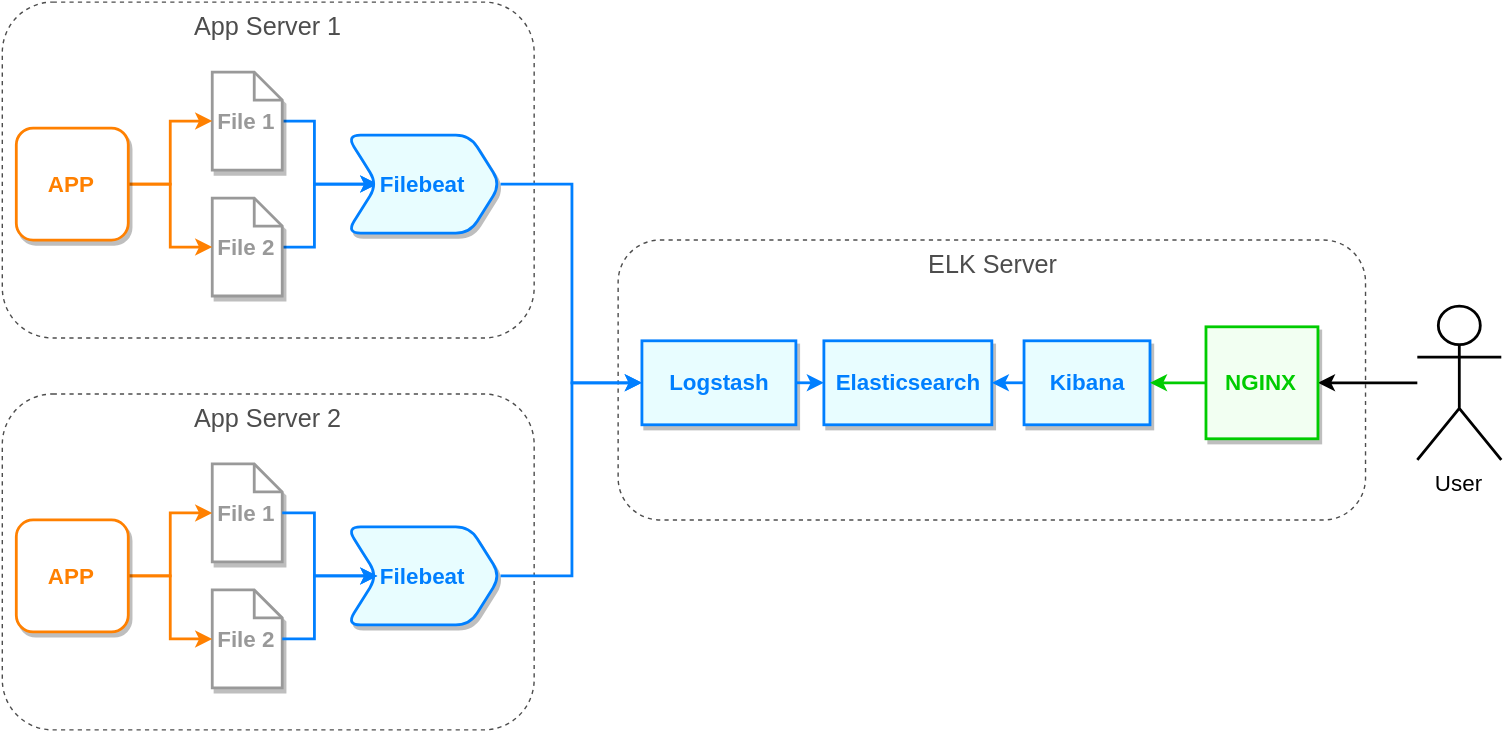
The draw.io diagram Elastic/elk_stack.svg in valentinsiryk/wdocs, before a commit. Source tidied: cells renumbered, new cells last; positions are measured from the earlier drawing's top-left corner, leaving out a move shared by most shapes. Source of this version:
```xml
<mxGraphModel>
  <root>
    <mxCell id="0" />
    <mxCell id="1" parent="0" />
    <mxCell id="2" value="&lt;div style=&quot;text-align: center&quot;&gt;&lt;font style=&quot;font-size: 18px&quot;&gt;App Server 2&lt;/font&gt;&lt;/div&gt;" style="whiteSpace=wrap;html=1;rounded=1;shadow=0;glass=0;comic=0;strokeColor=#4D4D4D;strokeWidth=1;fillColor=#ffffff;gradientColor=none;dashed=1;verticalAlign=top;fontColor=#4D4D4D;" parent="1" vertex="1">
      <mxGeometry y="280" width="380" height="240" as="geometry" />
    </mxCell>
    <mxCell id="3" value="File 1" style="shape=note;strokeWidth=2;fontSize=16;size=20;whiteSpace=wrap;html=1;rounded=1;shadow=1;glass=0;comic=0;fillColor=#FFFFFF;gradientColor=none;fontStyle=1;strokeColor=#999999;fontColor=#999999;" parent="1" vertex="1">
      <mxGeometry x="150" y="330" width="50" height="70" as="geometry" />
    </mxCell>
    <mxCell id="4" value="File 2" style="shape=note;strokeWidth=2;fontSize=16;size=20;whiteSpace=wrap;html=1;rounded=1;shadow=1;glass=0;comic=0;fillColor=#FFFFFF;gradientColor=none;fontStyle=1;strokeColor=#999999;fontColor=#999999;" parent="1" vertex="1">
      <mxGeometry x="150" y="420" width="50" height="70" as="geometry" />
    </mxCell>
    <mxCell id="5" style="edgeStyle=orthogonalEdgeStyle;html=1;entryX=0;entryY=0.5;jettySize=auto;strokeColor=#FF8000;strokeWidth=2;fontSize=14;fontColor=#4D4D4D;rounded=0;" parent="1" edge="1" source="7" target="3">
      <mxGeometry x="-2196" y="505" as="geometry" />
    </mxCell>
    <mxCell id="6" style="edgeStyle=orthogonalEdgeStyle;rounded=0;html=1;exitX=1;exitY=0.5;entryX=0;entryY=0.5;jettySize=auto;strokeColor=#FF8000;strokeWidth=2;fontSize=14;fontColor=#4D4D4D;" parent="1" edge="1" source="7" target="4">
      <mxGeometry x="-2196" y="550" as="geometry" />
    </mxCell>
    <mxCell id="7" value="APP" style="rounded=1;whiteSpace=wrap;html=1;shadow=1;glass=0;comic=0;strokeColor=#FF8000;strokeWidth=2;fillColor=#ffffff;gradientColor=none;fontSize=16;fontColor=#FF8000;fontStyle=1;" parent="1" vertex="1">
      <mxGeometry x="10" y="370" width="80" height="80" as="geometry" />
    </mxCell>
    <mxCell id="8" value="Filebeat" style="shape=step;whiteSpace=wrap;html=1;rounded=1;shadow=1;glass=0;comic=0;strokeColor=#007FFF;strokeWidth=2;fillColor=#E8FDFF;gradientColor=none;fontSize=16;fontColor=#007FFF;fontStyle=1;" parent="1" vertex="1">
      <mxGeometry x="246" y="375" width="110" height="70" as="geometry" />
    </mxCell>
    <mxCell id="9" style="edgeStyle=orthogonalEdgeStyle;rounded=0;html=1;exitX=1;exitY=0.5;entryX=0.2;entryY=0.5;entryPerimeter=0;jettySize=auto;strokeColor=#007FFF;strokeWidth=2;fontSize=14;fontColor=#4D4D4D;" parent="1" edge="1" source="4" target="8">
      <mxGeometry relative="1" as="geometry" />
    </mxCell>
    <mxCell id="10" style="edgeStyle=orthogonalEdgeStyle;rounded=0;html=1;exitX=1;exitY=0.5;entryX=0.2;entryY=0.5;entryPerimeter=0;jettySize=auto;strokeColor=#007FFF;strokeWidth=2;fontSize=14;fontColor=#4D4D4D;" parent="1" edge="1" source="3" target="8">
      <mxGeometry relative="1" as="geometry" />
    </mxCell>
    <mxCell id="11" value="&lt;div style=&quot;text-align: center&quot;&gt;&lt;font style=&quot;font-size: 18px&quot;&gt;App Server 1&lt;/font&gt;&lt;/div&gt;" style="whiteSpace=wrap;html=1;rounded=1;shadow=0;glass=0;comic=0;strokeColor=#4D4D4D;strokeWidth=1;fillColor=#ffffff;gradientColor=none;dashed=1;verticalAlign=top;fontColor=#4D4D4D;" parent="1" vertex="1">
      <mxGeometry width="380" height="240" as="geometry" />
    </mxCell>
    <mxCell id="12" style="edgeStyle=orthogonalEdgeStyle;rounded=0;html=1;exitX=1;exitY=0.5;entryX=0.2;entryY=0.5;entryPerimeter=0;jettySize=auto;strokeColor=#007FFF;strokeWidth=2;fontSize=14;fontColor=#4D4D4D;" parent="1" edge="1" source="13" target="19">
      <mxGeometry x="-2076" y="225" as="geometry" />
    </mxCell>
    <mxCell id="13" value="File 1" style="shape=note;strokeWidth=2;fontSize=16;size=20;whiteSpace=wrap;html=1;rounded=1;shadow=1;glass=0;comic=0;fillColor=#FFFFFF;gradientColor=none;fontStyle=1;strokeColor=#999999;fontColor=#999999;" parent="1" vertex="1">
      <mxGeometry x="150" y="50" width="50" height="70" as="geometry" />
    </mxCell>
    <mxCell id="14" style="edgeStyle=orthogonalEdgeStyle;rounded=0;html=1;exitX=1;exitY=0.5;entryX=0.2;entryY=0.5;entryPerimeter=0;jettySize=auto;strokeColor=#007FFF;strokeWidth=2;fontSize=14;fontColor=#4D4D4D;" parent="1" edge="1" source="15" target="19">
      <mxGeometry x="-2076" y="270" as="geometry" />
    </mxCell>
    <mxCell id="15" value="File 2" style="shape=note;strokeWidth=2;fontSize=16;size=20;whiteSpace=wrap;html=1;rounded=1;shadow=1;glass=0;comic=0;fillColor=#FFFFFF;gradientColor=none;fontStyle=1;strokeColor=#999999;fontColor=#999999;" parent="1" vertex="1">
      <mxGeometry x="150" y="140" width="50" height="70" as="geometry" />
    </mxCell>
    <mxCell id="16" style="edgeStyle=orthogonalEdgeStyle;html=1;entryX=0;entryY=0.5;jettySize=auto;strokeColor=#FF8000;strokeWidth=2;fontSize=14;fontColor=#4D4D4D;rounded=0;" parent="1" edge="1" source="18" target="13">
      <mxGeometry x="-2196" y="225" as="geometry" />
    </mxCell>
    <mxCell id="17" style="edgeStyle=orthogonalEdgeStyle;rounded=0;html=1;exitX=1;exitY=0.5;entryX=0;entryY=0.5;jettySize=auto;strokeColor=#FF8000;strokeWidth=2;fontSize=14;fontColor=#4D4D4D;" parent="1" edge="1" source="18" target="15">
      <mxGeometry x="-2196" y="270" as="geometry" />
    </mxCell>
    <mxCell id="18" value="APP" style="rounded=1;whiteSpace=wrap;html=1;shadow=1;glass=0;comic=0;strokeColor=#FF8000;strokeWidth=2;fillColor=#ffffff;gradientColor=none;fontSize=16;fontColor=#FF8000;fontStyle=1;" parent="1" vertex="1">
      <mxGeometry x="10" y="90" width="80" height="80" as="geometry" />
    </mxCell>
    <mxCell id="19" value="Filebeat" style="shape=step;whiteSpace=wrap;html=1;rounded=1;shadow=1;glass=0;comic=0;strokeColor=#007FFF;strokeWidth=2;fillColor=#E8FDFF;fontSize=16;fontColor=#007FFF;fontStyle=1;" parent="1" vertex="1">
      <mxGeometry x="246" y="95" width="110" height="70" as="geometry" />
    </mxCell>
    <mxCell id="20" value="&lt;font style=&quot;font-size: 18px&quot; color=&quot;#4d4d4d&quot;&gt;ELK Server&lt;/font&gt;" style="whiteSpace=wrap;html=1;rounded=1;shadow=0;glass=0;comic=0;strokeColor=#4D4D4D;strokeWidth=1;fillColor=#ffffff;gradientColor=none;fontSize=14;fontColor=#000000;dashed=1;verticalAlign=top;" parent="1" vertex="1">
      <mxGeometry x="440" y="170" width="534" height="200" as="geometry" />
    </mxCell>
    <mxCell id="21" value="Logstash" style="whiteSpace=wrap;html=1;rounded=0;shadow=1;glass=0;comic=0;strokeColor=#007FFF;strokeWidth=2;fillColor=#E8FDFF;fontSize=16;fontStyle=1;fontColor=#007FFF;" parent="1" vertex="1">
      <mxGeometry x="457" y="242" width="110" height="60" as="geometry" />
    </mxCell>
    <mxCell id="22" value="Elasticsearch" style="whiteSpace=wrap;html=1;rounded=0;shadow=1;glass=0;comic=0;strokeColor=#007FFF;strokeWidth=2;fillColor=#E8FDFF;fontSize=16;fontStyle=1;fontColor=#007FFF;" parent="1" vertex="1">
      <mxGeometry x="587" y="242" width="120" height="60" as="geometry" />
    </mxCell>
    <mxCell id="23" value="Kibana" style="whiteSpace=wrap;html=1;rounded=0;shadow=1;glass=0;comic=0;strokeColor=#007FFF;strokeWidth=2;fillColor=#E8FDFF;fontSize=16;fontStyle=1;fontColor=#007FFF;" parent="1" vertex="1">
      <mxGeometry x="730" y="242" width="90" height="60" as="geometry" />
    </mxCell>
    <mxCell id="24" style="edgeStyle=orthogonalEdgeStyle;rounded=0;html=1;exitX=1;exitY=0.5;entryX=0;entryY=0.5;jettySize=auto;strokeColor=#007FFF;strokeWidth=2;fontSize=14;fontColor=#000000;" parent="1" edge="1" source="21" target="22">
      <mxGeometry relative="1" as="geometry" />
    </mxCell>
    <mxCell id="25" style="edgeStyle=orthogonalEdgeStyle;rounded=0;html=1;exitX=0;exitY=0.5;entryX=1;entryY=0.5;jettySize=auto;strokeColor=#007FFF;strokeWidth=2;fontSize=14;fontColor=#000000;" parent="1" edge="1" source="23" target="22">
      <mxGeometry relative="1" as="geometry" />
    </mxCell>
    <mxCell id="26" style="edgeStyle=orthogonalEdgeStyle;rounded=0;html=1;entryX=1;entryY=0.5;shadow=0;jettySize=auto;strokeColor=#000000;strokeWidth=2;fontSize=16;fontColor=#FF8000;" parent="1" edge="1" source="27" target="31">
      <mxGeometry relative="1" as="geometry" />
    </mxCell>
    <mxCell id="27" value="User" style="shape=umlActor;verticalLabelPosition=bottom;labelBackgroundColor=#ffffff;verticalAlign=top;html=1;rounded=0;shadow=0;glass=0;comic=0;strokeColor=#000000;strokeWidth=2;fillColor=none;fontSize=16;" parent="1" vertex="1">
      <mxGeometry x="1011" y="217" width="60" height="110" as="geometry" />
    </mxCell>
    <mxCell id="28" style="edgeStyle=orthogonalEdgeStyle;rounded=0;html=1;exitX=1;exitY=0.5;exitPerimeter=0;entryX=0;entryY=0.5;shadow=0;jettySize=auto;strokeColor=#007FFF;strokeWidth=2;fontSize=16;fontColor=#FF8000;" parent="1" edge="1" source="8" target="21">
      <mxGeometry relative="1" as="geometry" />
    </mxCell>
    <mxCell id="29" style="edgeStyle=orthogonalEdgeStyle;rounded=0;html=1;exitX=1;exitY=0.5;exitPerimeter=0;entryX=0;entryY=0.5;shadow=0;jettySize=auto;strokeColor=#007FFF;strokeWidth=2;fontSize=16;fontColor=#FF8000;" parent="1" edge="1" source="19" target="21">
      <mxGeometry relative="1" as="geometry" />
    </mxCell>
    <mxCell id="30" style="edgeStyle=orthogonalEdgeStyle;rounded=0;html=1;exitX=0;exitY=0.5;entryX=1;entryY=0.5;shadow=0;jettySize=auto;strokeColor=#00CC00;strokeWidth=2;fontSize=16;fontColor=#FF8000;" parent="1" edge="1" source="31" target="23">
      <mxGeometry relative="1" as="geometry" />
    </mxCell>
    <mxCell id="31" value="&lt;font color=&quot;#00cc00&quot;&gt;&lt;b&gt;NGINX&lt;/b&gt;&lt;/font&gt;" style="whiteSpace=wrap;html=1;rounded=0;shadow=1;glass=0;comic=0;strokeColor=#00CC00;strokeWidth=2;fillColor=#F2FFF2;fontSize=16;fontColor=#FF8000;" parent="1" vertex="1">
      <mxGeometry x="860" y="232" width="80" height="80" as="geometry" />
    </mxCell>
  </root>
</mxGraphModel>
```
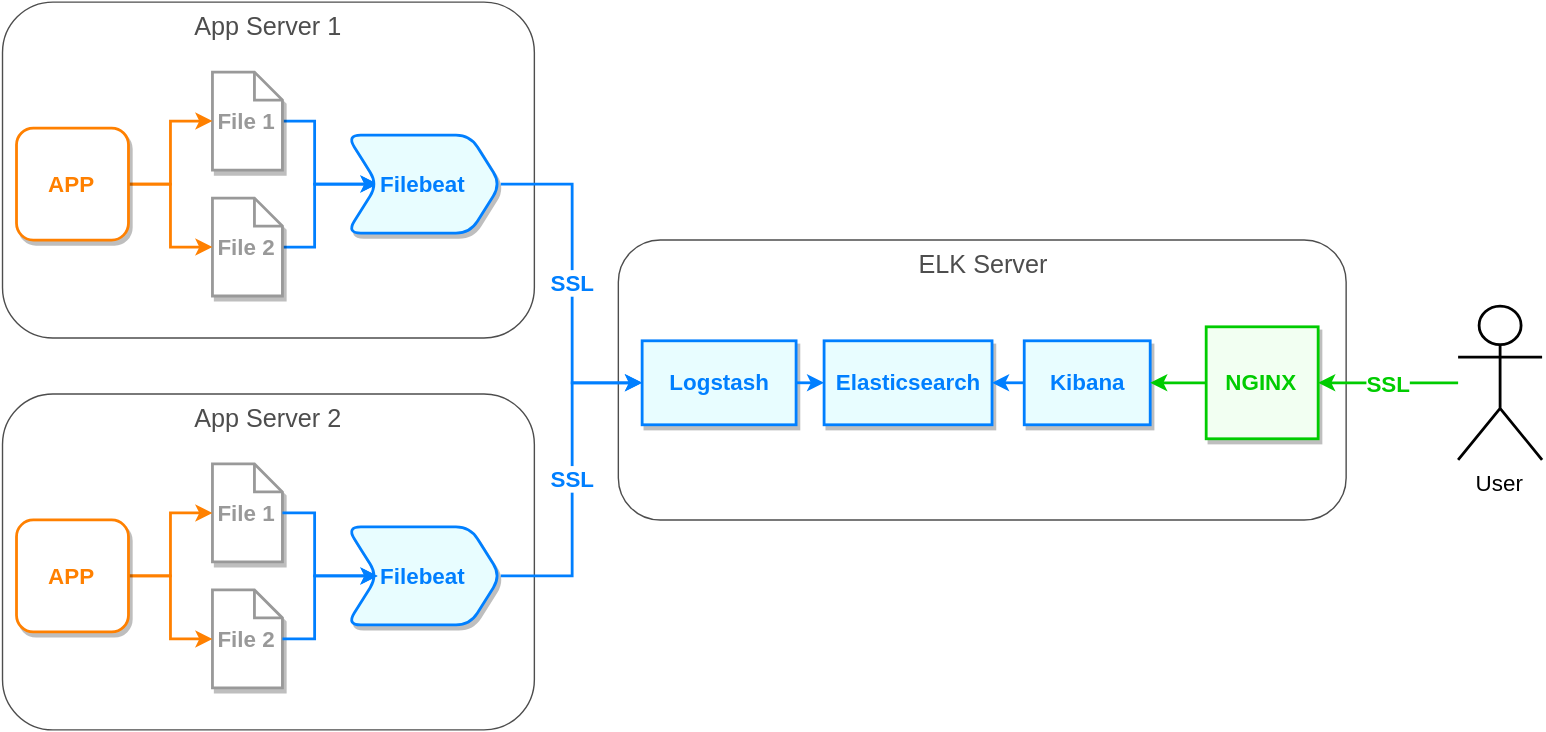
After the commit.

What changed in the source:
```diff
@@ -2,7 +2,7 @@
   <root>
     <mxCell id="0" />
     <mxCell id="1" parent="0" />
-    <mxCell id="2" value="&lt;div style=&quot;text-align: center&quot;&gt;&lt;font style=&quot;font-size: 18px&quot;&gt;App Server 2&lt;/font&gt;&lt;/div&gt;" style="whiteSpace=wrap;html=1;rounded=1;shadow=0;glass=0;comic=0;strokeColor=#4D4D4D;strokeWidth=1;fillColor=#ffffff;gradientColor=none;dashed=1;verticalAlign=top;fontColor=#4D4D4D;" parent="1" vertex="1">
+    <mxCell id="2" value="&lt;div style=&quot;text-align: center&quot;&gt;&lt;font style=&quot;font-size: 18px&quot;&gt;App Server 2&lt;/font&gt;&lt;/div&gt;" style="whiteSpace=wrap;html=1;rounded=1;shadow=0;glass=0;comic=0;strokeColor=#4D4D4D;strokeWidth=1;fillColor=#ffffff;gradientColor=none;verticalAlign=top;fontColor=#4D4D4D;" parent="1" vertex="1">
       <mxGeometry y="280" width="380" height="240" as="geometry" />
     </mxCell>
     <mxCell id="3" value="File 1" style="shape=note;strokeWidth=2;fontSize=16;size=20;whiteSpace=wrap;html=1;rounded=1;shadow=1;glass=0;comic=0;fillColor=#FFFFFF;gradientColor=none;fontStyle=1;strokeColor=#999999;fontColor=#999999;" parent="1" vertex="1">
@@ -29,7 +29,7 @@
     <mxCell id="10" style="edgeStyle=orthogonalEdgeStyle;rounded=0;html=1;exitX=1;exitY=0.5;entryX=0.2;entryY=0.5;entryPerimeter=0;jettySize=auto;strokeColor=#007FFF;strokeWidth=2;fontSize=14;fontColor=#4D4D4D;" parent="1" edge="1" source="3" target="8">
       <mxGeometry relative="1" as="geometry" />
     </mxCell>
-    <mxCell id="11" value="&lt;div style=&quot;text-align: center&quot;&gt;&lt;font style=&quot;font-size: 18px&quot;&gt;App Server 1&lt;/font&gt;&lt;/div&gt;" style="whiteSpace=wrap;html=1;rounded=1;shadow=0;glass=0;comic=0;strokeColor=#4D4D4D;strokeWidth=1;fillColor=#ffffff;gradientColor=none;dashed=1;verticalAlign=top;fontColor=#4D4D4D;" parent="1" vertex="1">
+    <mxCell id="11" value="&lt;div style=&quot;text-align: center&quot;&gt;&lt;font style=&quot;font-size: 18px&quot;&gt;App Server 1&lt;/font&gt;&lt;/div&gt;" style="whiteSpace=wrap;html=1;rounded=1;shadow=0;glass=0;comic=0;strokeColor=#4D4D4D;strokeWidth=1;fillColor=#ffffff;gradientColor=none;verticalAlign=top;fontColor=#4D4D4D;" parent="1" vertex="1">
       <mxGeometry width="380" height="240" as="geometry" />
     </mxCell>
     <mxCell id="12" style="edgeStyle=orthogonalEdgeStyle;rounded=0;html=1;exitX=1;exitY=0.5;entryX=0.2;entryY=0.5;entryPerimeter=0;jettySize=auto;strokeColor=#007FFF;strokeWidth=2;fontSize=14;fontColor=#4D4D4D;" parent="1" edge="1" source="13" target="19">
@@ -56,8 +56,8 @@
     <mxCell id="19" value="Filebeat" style="shape=step;whiteSpace=wrap;html=1;rounded=1;shadow=1;glass=0;comic=0;strokeColor=#007FFF;strokeWidth=2;fillColor=#E8FDFF;fontSize=16;fontColor=#007FFF;fontStyle=1;" parent="1" vertex="1">
       <mxGeometry x="246" y="95" width="110" height="70" as="geometry" />
     </mxCell>
-    <mxCell id="20" value="&lt;font style=&quot;font-size: 18px&quot; color=&quot;#4d4d4d&quot;&gt;ELK Server&lt;/font&gt;" style="whiteSpace=wrap;html=1;rounded=1;shadow=0;glass=0;comic=0;strokeColor=#4D4D4D;strokeWidth=1;fillColor=#ffffff;gradientColor=none;fontSize=14;fontColor=#000000;dashed=1;verticalAlign=top;" parent="1" vertex="1">
-      <mxGeometry x="440" y="170" width="534" height="200" as="geometry" />
+    <mxCell id="20" value="&lt;font style=&quot;font-size: 18px&quot; color=&quot;#4d4d4d&quot;&gt;ELK Server&lt;/font&gt;" style="whiteSpace=wrap;html=1;rounded=1;shadow=0;glass=0;comic=0;strokeColor=#4D4D4D;strokeWidth=1;fillColor=#ffffff;gradientColor=none;fontSize=14;fontColor=#000000;verticalAlign=top;" parent="1" vertex="1">
+      <mxGeometry x="440" y="170" width="520" height="200" as="geometry" />
     </mxCell>
     <mxCell id="21" value="Logstash" style="whiteSpace=wrap;html=1;rounded=0;shadow=1;glass=0;comic=0;strokeColor=#007FFF;strokeWidth=2;fillColor=#E8FDFF;fontSize=16;fontStyle=1;fontColor=#007FFF;" parent="1" vertex="1">
       <mxGeometry x="457" y="242" width="110" height="60" as="geometry" />
@@ -74,23 +74,23 @@
     <mxCell id="25" style="edgeStyle=orthogonalEdgeStyle;rounded=0;html=1;exitX=0;exitY=0.5;entryX=1;entryY=0.5;jettySize=auto;strokeColor=#007FFF;strokeWidth=2;fontSize=14;fontColor=#000000;" parent="1" edge="1" source="23" target="22">
       <mxGeometry relative="1" as="geometry" />
     </mxCell>
-    <mxCell id="26" style="edgeStyle=orthogonalEdgeStyle;rounded=0;html=1;entryX=1;entryY=0.5;shadow=0;jettySize=auto;strokeColor=#000000;strokeWidth=2;fontSize=16;fontColor=#FF8000;" parent="1" edge="1" source="27" target="31">
-      <mxGeometry relative="1" as="geometry" />
-    </mxCell>
     <mxCell id="27" value="User" style="shape=umlActor;verticalLabelPosition=bottom;labelBackgroundColor=#ffffff;verticalAlign=top;html=1;rounded=0;shadow=0;glass=0;comic=0;strokeColor=#000000;strokeWidth=2;fillColor=none;fontSize=16;" parent="1" vertex="1">
-      <mxGeometry x="1011" y="217" width="60" height="110" as="geometry" />
+      <mxGeometry x="1040" y="217" width="60" height="110" as="geometry" />
     </mxCell>
-    <mxCell id="28" style="edgeStyle=orthogonalEdgeStyle;rounded=0;html=1;exitX=1;exitY=0.5;exitPerimeter=0;entryX=0;entryY=0.5;shadow=0;jettySize=auto;strokeColor=#007FFF;strokeWidth=2;fontSize=16;fontColor=#FF8000;" parent="1" edge="1" source="8" target="21">
-      <mxGeometry relative="1" as="geometry" />
+    <mxCell id="28" value="SSL" style="edgeStyle=orthogonalEdgeStyle;rounded=0;html=1;exitX=1;exitY=0.5;exitPerimeter=0;entryX=0;entryY=0.5;shadow=0;jettySize=auto;strokeColor=#007FFF;strokeWidth=2;fontSize=16;fontColor=#007FFF;fontStyle=1;" parent="1" edge="1" source="8" target="21">
+      <mxGeometry x="0.01" relative="1" as="geometry" />
     </mxCell>
-    <mxCell id="29" style="edgeStyle=orthogonalEdgeStyle;rounded=0;html=1;exitX=1;exitY=0.5;exitPerimeter=0;entryX=0;entryY=0.5;shadow=0;jettySize=auto;strokeColor=#007FFF;strokeWidth=2;fontSize=16;fontColor=#FF8000;" parent="1" edge="1" source="19" target="21">
+    <mxCell id="29" value="SSL" style="edgeStyle=orthogonalEdgeStyle;rounded=0;html=1;exitX=1;exitY=0.5;exitPerimeter=0;entryX=0;entryY=0.5;shadow=0;jettySize=auto;strokeColor=#007FFF;strokeWidth=2;fontSize=16;fontColor=#007FFF;fontStyle=1;" parent="1" edge="1" source="19" target="21">
       <mxGeometry relative="1" as="geometry" />
     </mxCell>
+    <mxCell id="31" value="&lt;font color=&quot;#00cc00&quot;&gt;&lt;b&gt;NGINX&lt;/b&gt;&lt;/font&gt;" style="whiteSpace=wrap;html=1;rounded=0;shadow=1;glass=0;comic=0;strokeColor=#00CC00;strokeWidth=2;fillColor=#F2FFF2;fontSize=16;fontColor=#FF8000;" parent="1" vertex="1">
+      <mxGeometry x="860" y="232" width="80" height="80" as="geometry" />
+    </mxCell>
     <mxCell id="30" style="edgeStyle=orthogonalEdgeStyle;rounded=0;html=1;exitX=0;exitY=0.5;entryX=1;entryY=0.5;shadow=0;jettySize=auto;strokeColor=#00CC00;strokeWidth=2;fontSize=16;fontColor=#FF8000;" parent="1" edge="1" source="31" target="23">
       <mxGeometry relative="1" as="geometry" />
     </mxCell>
-    <mxCell id="31" value="&lt;font color=&quot;#00cc00&quot;&gt;&lt;b&gt;NGINX&lt;/b&gt;&lt;/font&gt;" style="whiteSpace=wrap;html=1;rounded=0;shadow=1;glass=0;comic=0;strokeColor=#00CC00;strokeWidth=2;fillColor=#F2FFF2;fontSize=16;fontColor=#FF8000;" parent="1" vertex="1">
-      <mxGeometry x="860" y="232" width="80" height="80" as="geometry" />
-    </mxCell>
+    <mxCell id="26" value="SSL" style="edgeStyle=orthogonalEdgeStyle;rounded=0;html=1;entryX=1;entryY=0.5;shadow=0;jettySize=auto;strokeColor=#00CC00;strokeWidth=2;fontSize=16;fontColor=#00CC00;fontStyle=1;labelBorderColor=none;" parent="1" edge="1" source="27" target="31">
+      <mxGeometry relative="1" as="geometry" />
+    </mxCell>
   </root>
 </mxGraphModel>
```
